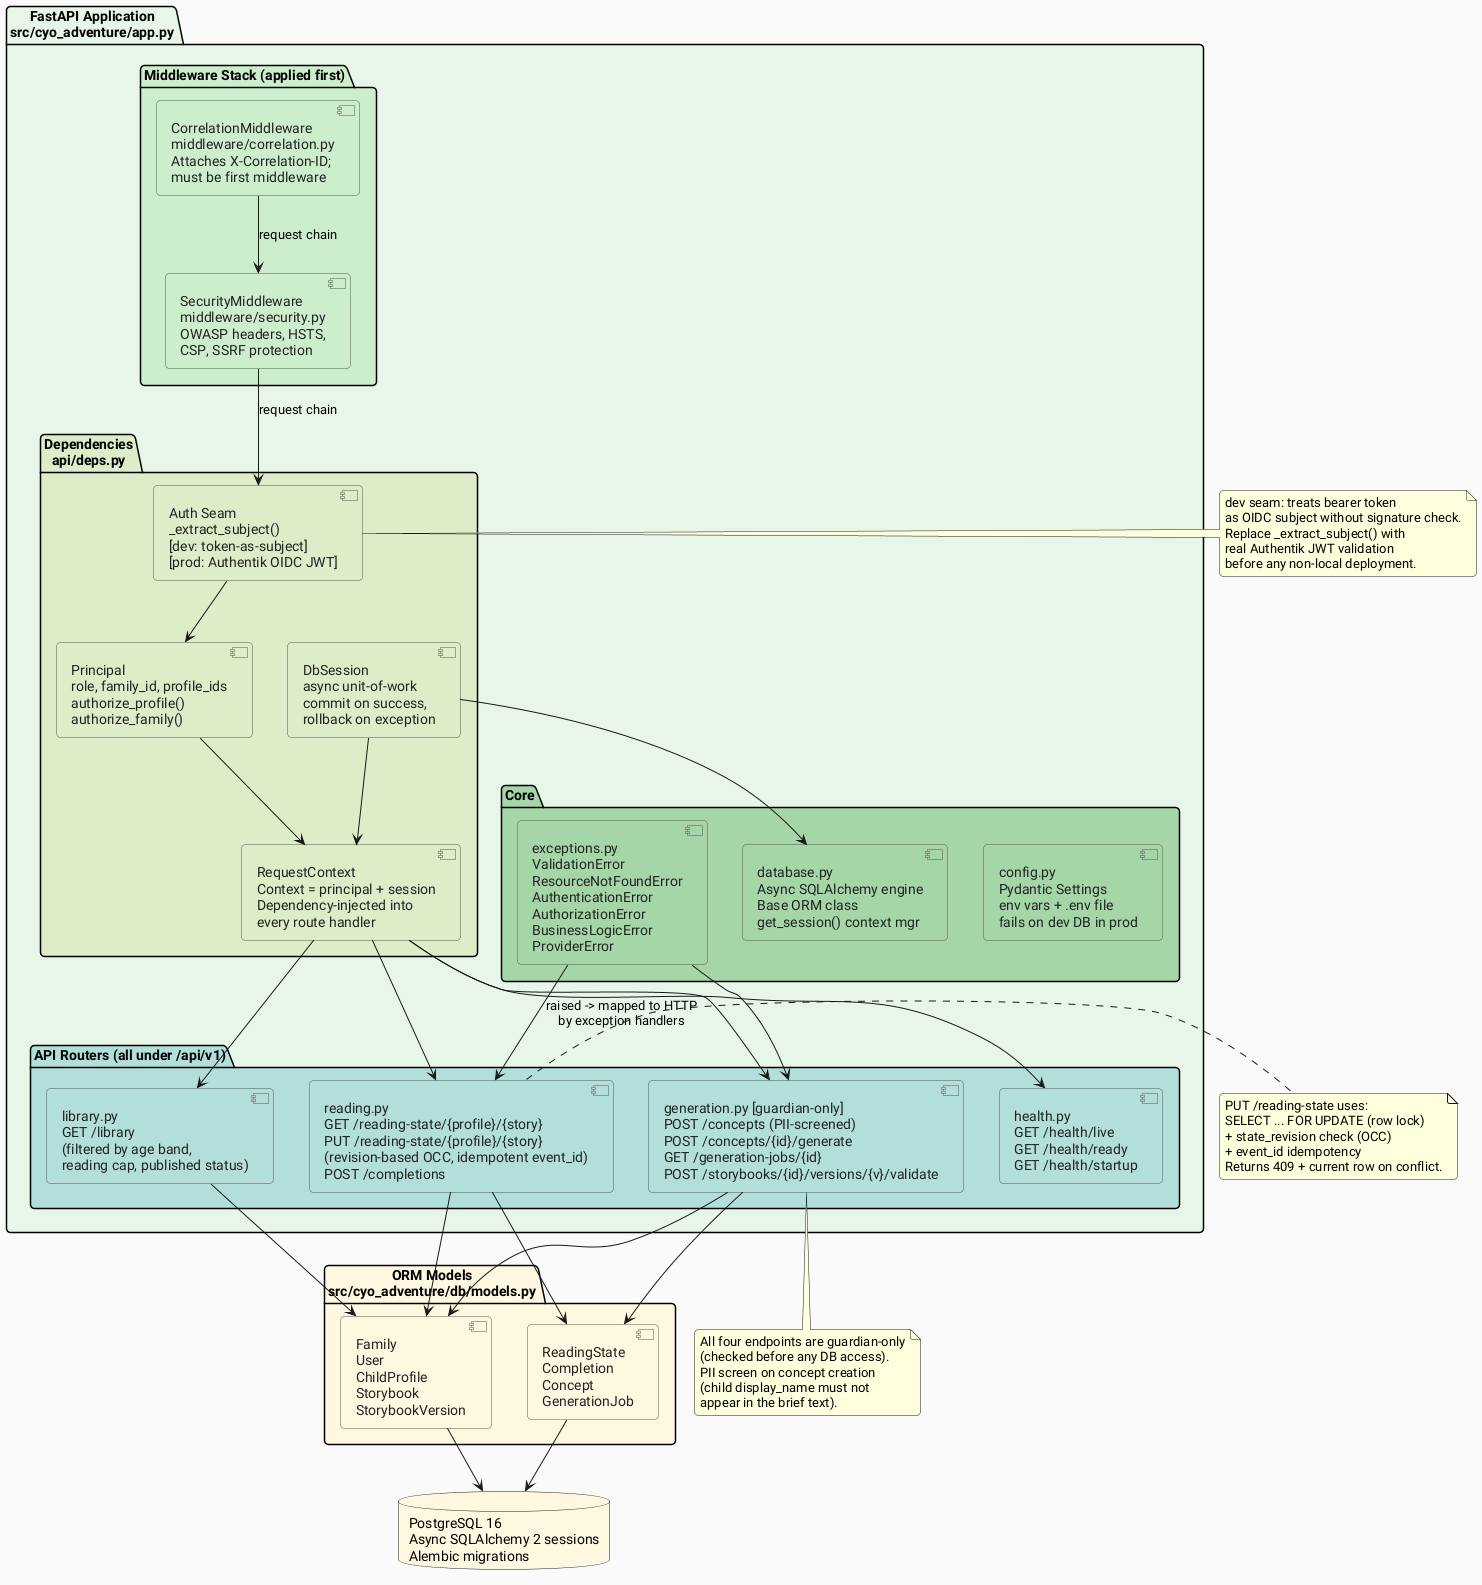
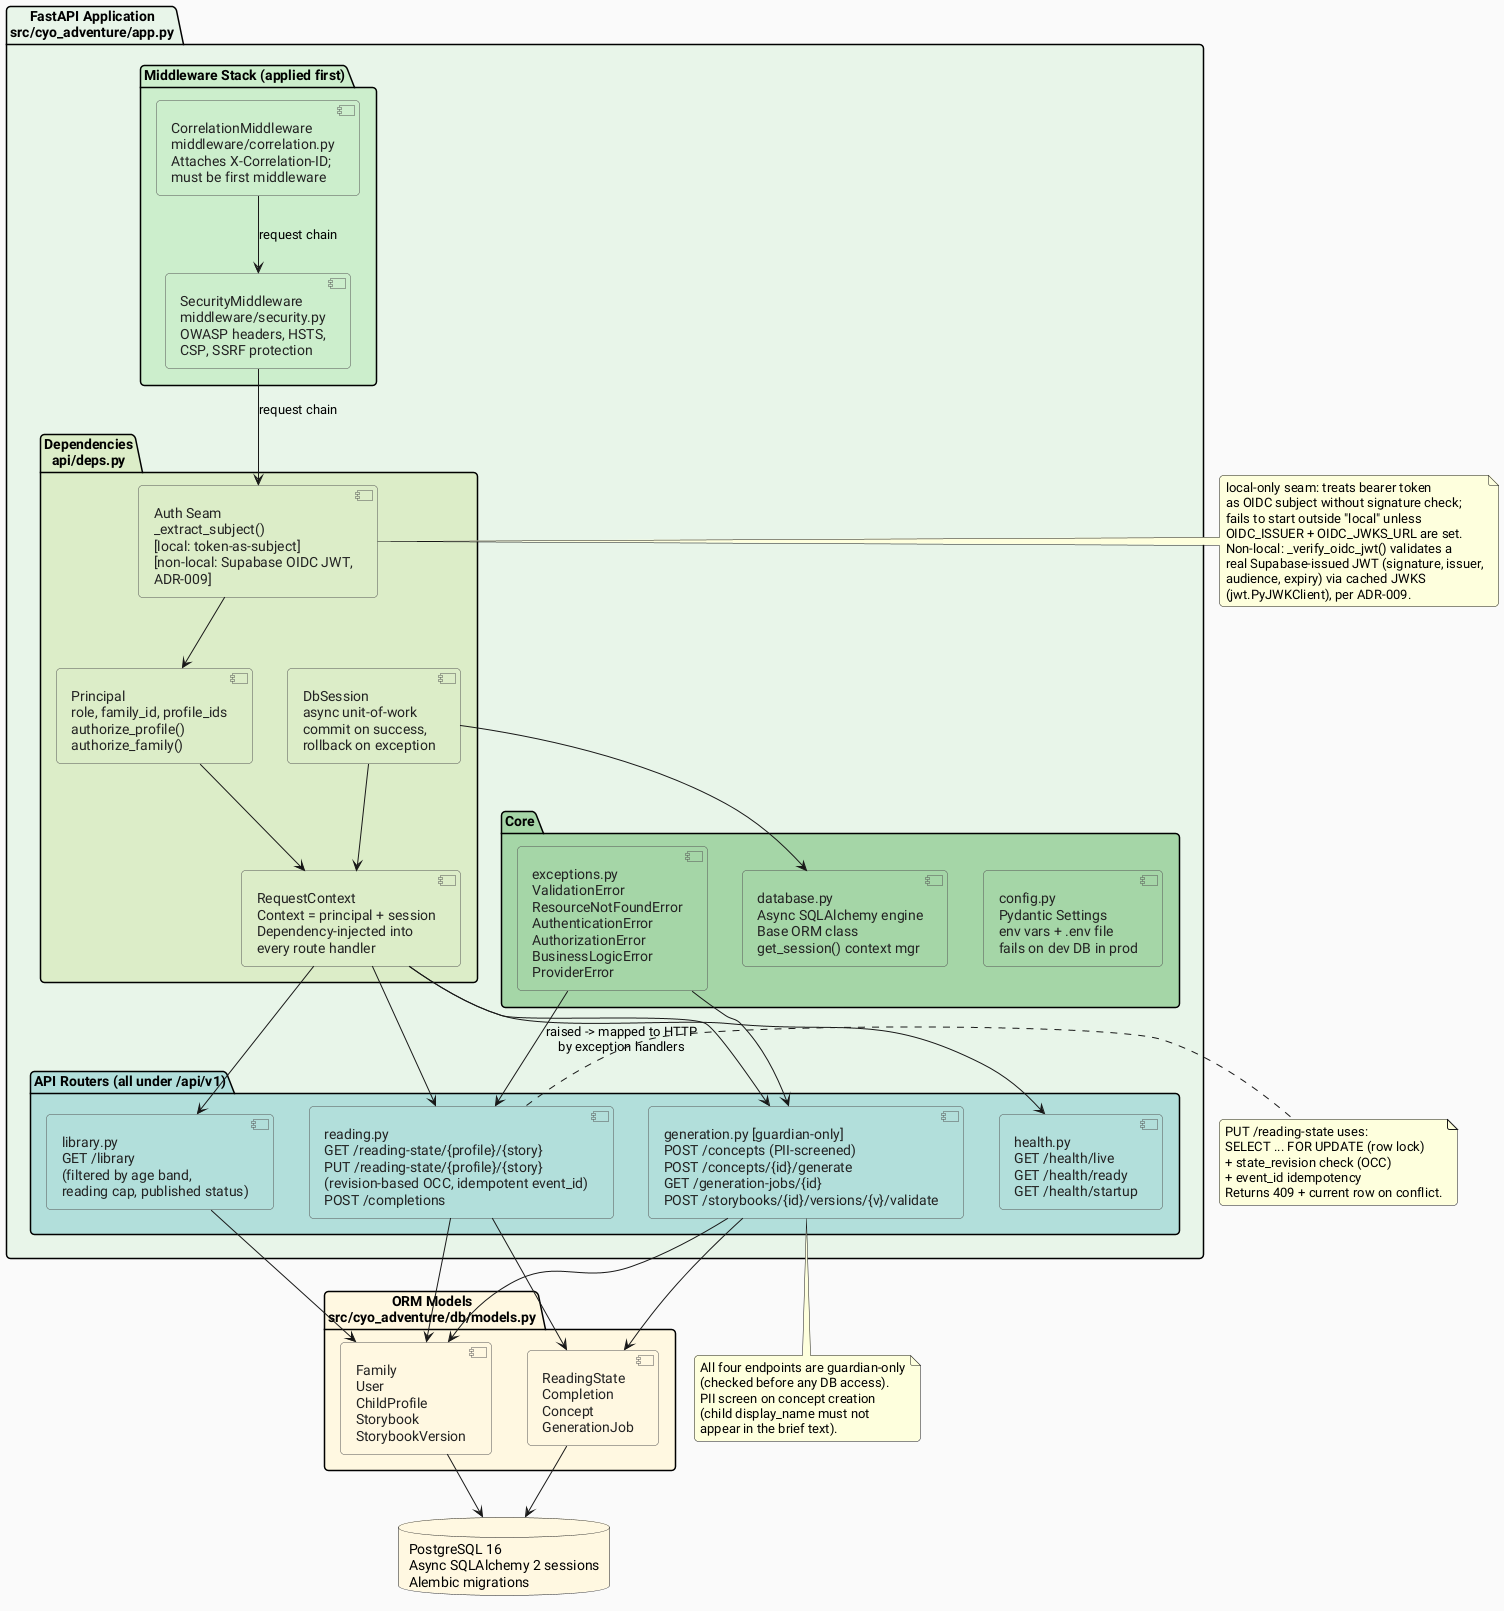
@startuml component-api-persistence
' ============================================================
' Component Diagram: Backend API and Persistence Layer
' CYO Adventure
'
' Source files:
'   src/cyo_adventure/app.py                 (FastAPI app, middleware order)
'   src/cyo_adventure/api/health.py          (liveness/readiness/startup probes)
'   src/cyo_adventure/api/library.py         (story library endpoints)
'   src/cyo_adventure/api/reading.py         (reading-state + completions)
'   src/cyo_adventure/api/generation.py      (guardian-only: concepts, jobs, validate)
'   src/cyo_adventure/api/schemas.py         (Pydantic request/response models)
'   src/cyo_adventure/api/deps.py            (Principal, Context, auth seam)
'   src/cyo_adventure/middleware/correlation.py (CorrelationMiddleware, added first)
'   src/cyo_adventure/middleware/security.py (OWASP headers, SSRF)
'   src/cyo_adventure/core/config.py         (Pydantic Settings)
'   src/cyo_adventure/core/database.py       (async engine, Base, get_session)
'   src/cyo_adventure/core/exceptions.py     (exception hierarchy)
'   src/cyo_adventure/db/models.py           (9 ORM tables)
'   docs/planning/authorization-matrix.md
+ '   docs/planning/adr/adr-009-supabase-platform.md (Supabase OIDC replaces Authentik)
' ============================================================

skinparam defaultFontName "Roboto"
skinparam backgroundColor #FAFAFA
skinparam roundCorner 8
skinparam componentStyle uml2

skinparam component {
  BorderColor #555555
  FontColor #222222
}

package "FastAPI Application\nsrc/cyo_adventure/app.py" #E8F5E9 {

  package "Middleware Stack (applied first)" #CCEECC {
    component "CorrelationMiddleware\nmiddleware/correlation.py\nAttaches X-Correlation-ID;\nmust be first middleware" as corr_mw #CCEECC
    component "SecurityMiddleware\nmiddleware/security.py\nOWASP headers, HSTS,\nCSP, SSRF protection" as sec_mw #CCEECC
  }

  package "Dependencies\napi/deps.py" #DCEDC8 {
-     component "Auth Seam\n_extract_subject()\n[dev: token-as-subject]\n[prod: Authentik OIDC JWT]" as auth_seam #DCEDC8
+     component "Auth Seam\n_extract_subject()\n[local: token-as-subject]\n[non-local: Supabase OIDC JWT,\nADR-009]" as auth_seam #DCEDC8
    component "Principal\nrole, family_id, profile_ids\nauthorize_profile()\nauthorize_family()" as principal #DCEDC8
    component "DbSession\nasync unit-of-work\ncommit on success,\nrollback on exception" as db_session_dep #DCEDC8
    component "RequestContext\nContext = principal + session\nDependency-injected into\nevery route handler" as ctx #DCEDC8
  }

  package "API Routers (all under /api/v1)" #B2DFDB {
    component "health.py\nGET /health/live\nGET /health/ready\nGET /health/startup" as health_router #B2DFDB

    component "library.py\nGET /library\n(filtered by age band,\nreading cap, published status)" as library_router #B2DFDB

    component "reading.py\nGET /reading-state/{profile}/{story}\nPUT /reading-state/{profile}/{story}\n(revision-based OCC, idempotent event_id)\nPOST /completions" as reading_router #B2DFDB

    component "generation.py [guardian-only]\nPOST /concepts (PII-screened)\nPOST /concepts/{id}/generate\nGET /generation-jobs/{id}\nPOST /storybooks/{id}/versions/{v}/validate" as gen_router #B2DFDB
  }

  package "Core" #A5D6A7 {
    component "config.py\nPydantic Settings\nenv vars + .env file\nfails on dev DB in prod" as config #A5D6A7
    component "database.py\nAsync SQLAlchemy engine\nBase ORM class\nget_session() context mgr" as database #A5D6A7
    component "exceptions.py\nValidationError\nResourceNotFoundError\nAuthenticationError\nAuthorizationError\nBusinessLogicError\nProviderError" as exceptions #A5D6A7
  }

}

package "ORM Models\nsrc/cyo_adventure/db/models.py" #FFF8E1 {
  component "Family\nUser\nChildProfile\nStorybook\nStorybookVersion" as models_a #FFF8E1
  component "ReadingState\nCompletion\nConcept\nGenerationJob" as models_b #FFF8E1
}

database "PostgreSQL 16\nAsync SQLAlchemy 2 sessions\nAlembic migrations" as pg #FFF8E1

' --- Relationships ---
corr_mw --> sec_mw : "request chain"
sec_mw --> auth_seam : "request chain"
auth_seam --> principal
db_session_dep --> database
principal --> ctx
db_session_dep --> ctx
ctx --> reading_router
ctx --> library_router
ctx --> gen_router
ctx --> health_router

reading_router --> models_a
reading_router --> models_b
library_router --> models_a
gen_router --> models_a
gen_router --> models_b

models_a --> pg
models_b --> pg

exceptions --> reading_router : "raised -> mapped to HTTP\nby exception handlers"
exceptions --> gen_router

note right of auth_seam
-   dev seam: treats bearer token
-   as OIDC subject without signature check.
-   Replace _extract_subject() with
-   real Authentik JWT validation
-   before any non-local deployment.
+   local-only seam: treats bearer token
+   as OIDC subject without signature check;
+   fails to start outside "local" unless
+   OIDC_ISSUER + OIDC_JWKS_URL are set.
+   Non-local: _verify_oidc_jwt() validates a
+   real Supabase-issued JWT (signature, issuer,
+   audience, expiry) via cached JWKS
+   (jwt.PyJWKClient), per ADR-009.
end note

note right of reading_router
  PUT /reading-state uses:
  SELECT ... FOR UPDATE (row lock)
  + state_revision check (OCC)
  + event_id idempotency
  Returns 409 + current row on conflict.
end note

note bottom of gen_router
  All four endpoints are guardian-only
  (checked before any DB access).
  PII screen on concept creation
  (child display_name must not
  appear in the brief text).
end note

@enduml
